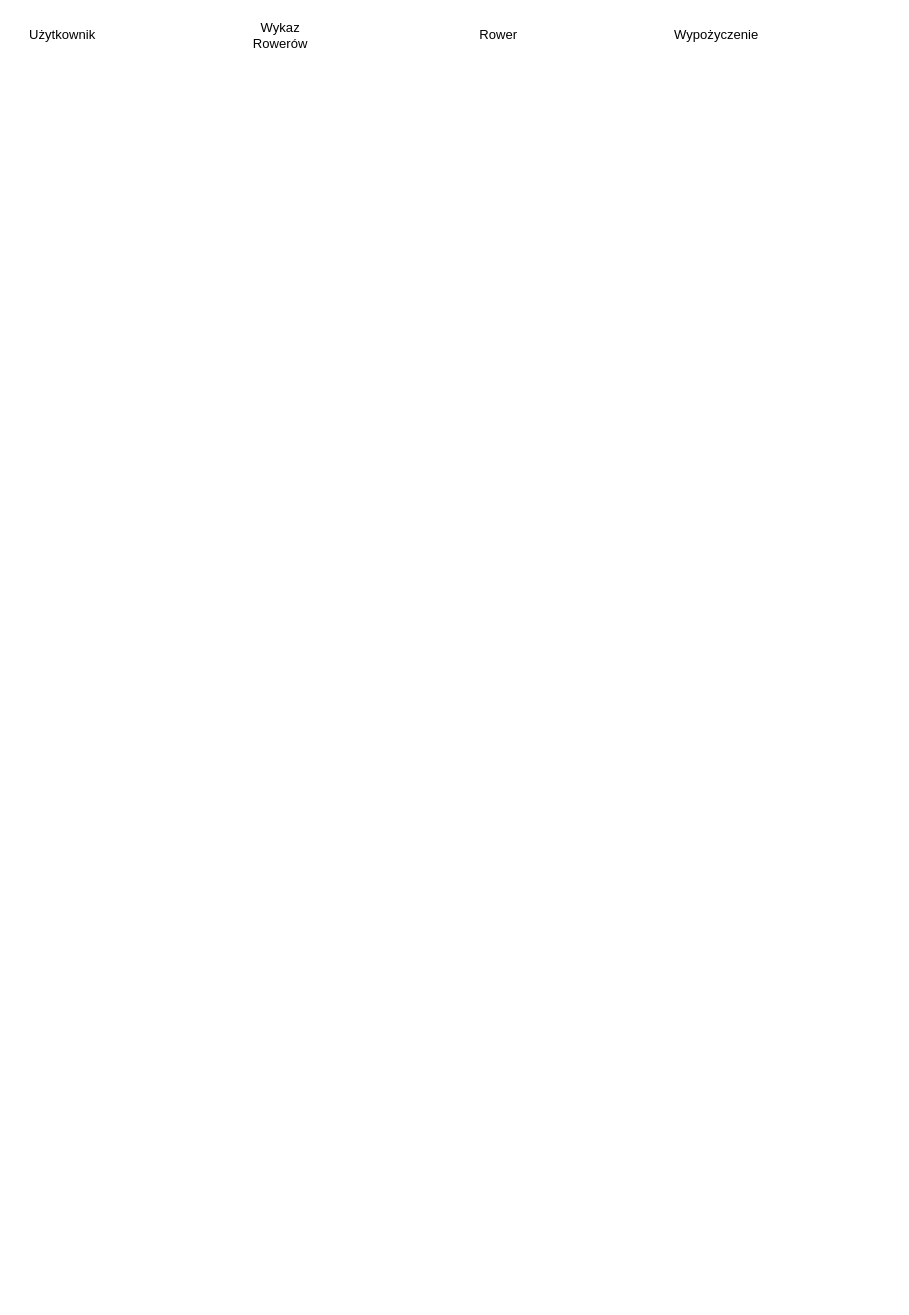
Above: DiagramPrzebiegu.drawio in KarolinaPiechowicz05/2024-12-31 (draw.io), before the change. Source tidied: cells renumbered, new cells numbered last; positions are measured from the earlier drawing's top-left corner, leaving out a move shared by most shapes. Both pictures are drawn from the tidied source at 109%, with x=0, y=0 at pixel (19, 19).
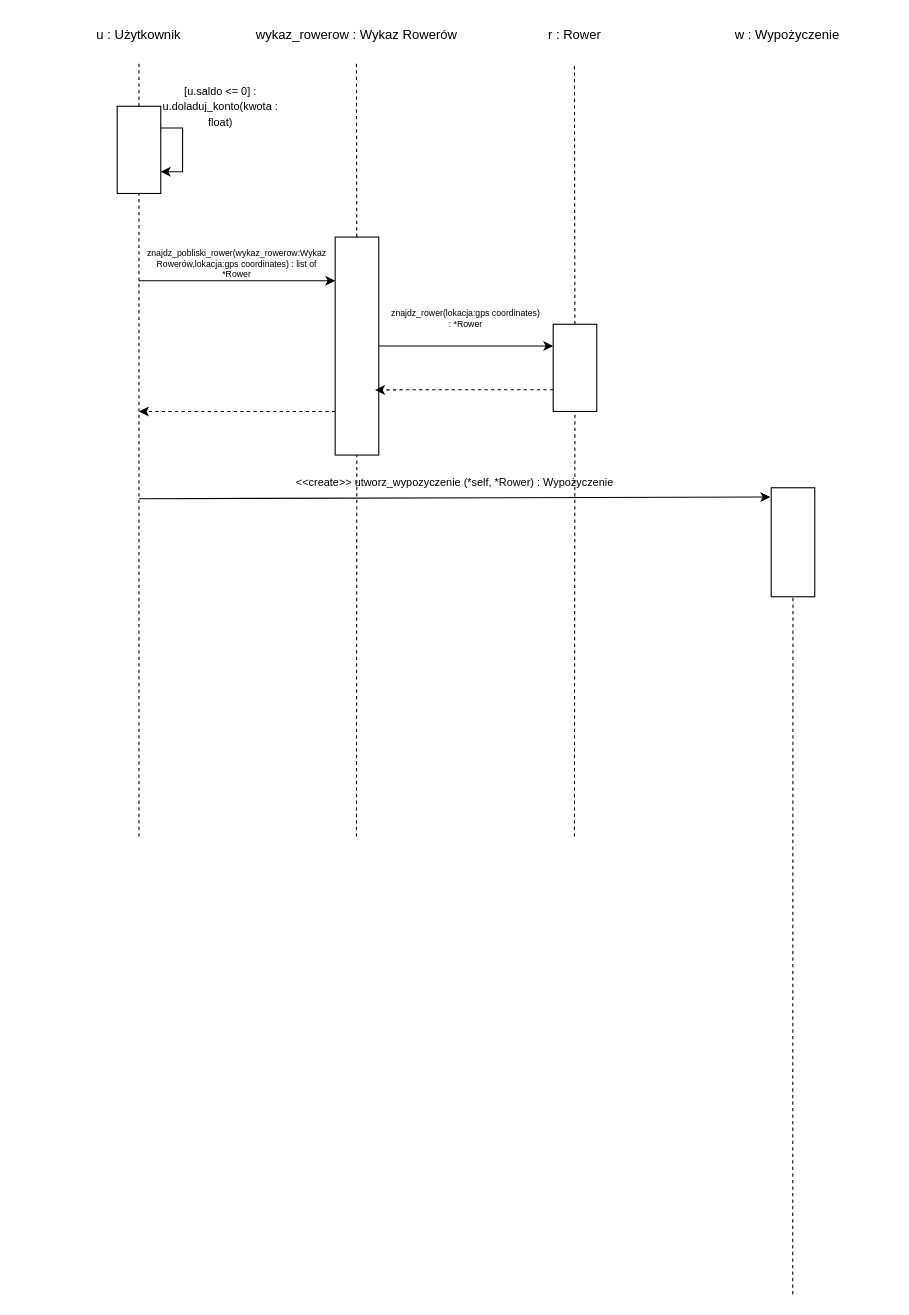
The same page after the edit.

Diff of the diagram source:
```diff
@@
-    <mxCell id="2" value="Użytkownik" style="text;html=1;align=center;verticalAlign=middle;whiteSpace=wrap;rounded=0;" parent="1" vertex="1">
-      <mxGeometry width="80" height="30" as="geometry" />
+    <mxCell id="2" value="u : Użytkownik" style="text;html=1;align=center;verticalAlign=middle;whiteSpace=wrap;rounded=0;" parent="1" vertex="1">
+      <mxGeometry x="10" width="200" height="30" as="geometry" />
     </mxCell>
-    <mxCell id="3" value="Wykaz Rowerów" style="text;html=1;align=center;verticalAlign=middle;whiteSpace=wrap;rounded=0;" parent="1" vertex="1">
-      <mxGeometry x="210" width="60" height="30" as="geometry" />
+    <mxCell id="3" value="wykaz_rowerow : Wykaz Rowerów" style="text;html=1;align=center;verticalAlign=middle;whiteSpace=wrap;rounded=0;" parent="1" vertex="1">
+      <mxGeometry x="210" width="200" height="30" as="geometry" />
     </mxCell>
-    <mxCell id="4" value="Rower" style="text;html=1;align=center;verticalAlign=middle;whiteSpace=wrap;rounded=0;" parent="1" vertex="1">
-      <mxGeometry x="410" width="60" height="30" as="geometry" />
+    <mxCell id="4" value="r : Rower" style="text;html=1;align=center;verticalAlign=middle;whiteSpace=wrap;rounded=0;" parent="1" vertex="1">
+      <mxGeometry x="410" width="200" height="30" as="geometry" />
     </mxCell>
-    <mxCell id="5" value="Wypożyczenie" style="text;html=1;align=center;verticalAlign=middle;whiteSpace=wrap;rounded=0;" parent="1" vertex="1">
-      <mxGeometry x="610" width="60" height="30" as="geometry" />
+    <mxCell id="5" value="w : Wypożyczenie" style="text;html=1;align=center;verticalAlign=middle;whiteSpace=wrap;rounded=0;" parent="1" vertex="1">
+      <mxGeometry x="610" width="190" height="30" as="geometry" />
     </mxCell>
+    <mxCell id="6" style="endArrow=none;dashed=1;html=1;rounded=0;" parent="1" edge="1" source="11">
+      <mxGeometry relative="1" as="geometry">
+        <mxPoint x="110" y="40" as="targetPoint" />
+      </mxGeometry>
+    </mxCell>
+    <mxCell id="7" style="endArrow=none;dashed=1;html=1;rounded=0;" parent="1" edge="1" source="16">
+      <mxGeometry relative="1" as="geometry">
+        <mxPoint x="309.5" y="40" as="targetPoint" />
+      </mxGeometry>
+    </mxCell>
+    <mxCell id="8" style="endArrow=none;dashed=1;html=1;rounded=0;" parent="1" edge="1" source="21">
+      <mxGeometry relative="1" as="geometry">
+        <mxPoint x="509.5" y="40" as="targetPoint" />
+      </mxGeometry>
+    </mxCell>
+    <mxCell id="9" style="endArrow=none;dashed=1;html=1;rounded=0;" parent="1" edge="1" source="27">
+      <mxGeometry relative="1" as="geometry">
+        <mxPoint x="709.8" y="460" as="targetPoint" />
+      </mxGeometry>
+    </mxCell>
+    <mxCell id="10" style="endArrow=none;dashed=1;html=1;rounded=0;" parent="1" edge="1" target="11">
+      <mxGeometry relative="1" as="geometry">
+        <mxPoint x="110" y="750" as="sourcePoint" />
+      </mxGeometry>
+    </mxCell>
+    <mxCell id="11" style="rounded=0;whiteSpace=wrap;html=1;" parent="1" vertex="1">
+      <mxGeometry x="90" y="80" width="40" height="80" as="geometry" />
+    </mxCell>
+    <mxCell id="12" style="edgeStyle=orthogonalEdgeStyle;rounded=0;orthogonalLoop=1;jettySize=auto;html=1;exitX=1;exitY=0.25;exitDx=0;exitDy=0;entryX=1;entryY=0.75;entryDx=0;entryDy=0;" parent="1" edge="1" source="11" target="11">
+      <mxGeometry relative="1" as="geometry" />
+    </mxCell>
+    <mxCell id="13" value="&lt;font style=&quot;font-size: 10px;&quot;&gt;[u.saldo &amp;lt;= 0] : u.doladuj_konto(kwota : float) &lt;/font&gt;" style="text;html=1;align=center;verticalAlign=middle;whiteSpace=wrap;rounded=0;" parent="1" vertex="1">
+      <mxGeometry x="130" y="60" width="110" height="40" as="geometry" />
+    </mxCell>
+    <mxCell id="14" style="endArrow=none;dashed=1;html=1;rounded=0;" parent="1" edge="1" target="16">
+      <mxGeometry relative="1" as="geometry">
+        <mxPoint x="309.5" y="750" as="sourcePoint" />
+      </mxGeometry>
+    </mxCell>
+    <mxCell id="15" style="edgeStyle=orthogonalEdgeStyle;rounded=0;jettySize=auto;html=1;entryX=0;entryY=0.25;entryDx=0;entryDy=0;" parent="1" edge="1" source="16" target="21">
+      <mxGeometry relative="1" as="geometry" />
+    </mxCell>
+    <mxCell id="16" style="rounded=0;whiteSpace=wrap;html=1;" parent="1" vertex="1">
+      <mxGeometry x="290" y="200" width="40" height="200" as="geometry" />
+    </mxCell>
+    <mxCell id="17" style="endArrow=classic;html=1;rounded=0;" parent="1" edge="1">
+      <mxGeometry relative="1" as="geometry">
+        <mxPoint x="110" y="240" as="sourcePoint" />
+        <mxPoint x="290" y="240" as="targetPoint" />
+      </mxGeometry>
+    </mxCell>
+    <mxCell id="18" style="endArrow=classic;html=1;rounded=0;exitX=0;exitY=0.75;exitDx=0;exitDy=0;dashed=1;" parent="1" edge="1">
+      <mxGeometry relative="1" as="geometry">
+        <mxPoint x="290" y="360" as="sourcePoint" />
+        <mxPoint x="110" y="360" as="targetPoint" />
+      </mxGeometry>
+    </mxCell>
+    <mxCell id="19" value="&lt;font&gt;znajdz_pobliski_rower(wykaz_rowerow:Wykaz Rowerów,lokacja:gps coordinates) : list of *Rower&lt;br&gt;&lt;/font&gt;" style="text;html=1;align=center;verticalAlign=middle;whiteSpace=wrap;rounded=0;fontSize=8;" parent="1" vertex="1">
+      <mxGeometry x="120" y="210" width="160" height="30" as="geometry" />
+    </mxCell>
+    <mxCell id="20" style="endArrow=none;dashed=1;html=1;rounded=0;" parent="1" edge="1" target="21">
+      <mxGeometry relative="1" as="geometry">
+        <mxPoint x="509.5" y="750" as="sourcePoint" />
+      </mxGeometry>
+    </mxCell>
+    <mxCell id="21" style="rounded=0;whiteSpace=wrap;html=1;" parent="1" vertex="1">
+      <mxGeometry x="490" y="280" width="40" height="80" as="geometry" />
+    </mxCell>
+    <mxCell id="22" style="edgeStyle=orthogonalEdgeStyle;rounded=0;jettySize=auto;html=1;exitX=0;exitY=0.75;exitDx=0;exitDy=0;entryX=0.917;entryY=0.701;entryDx=0;entryDy=0;entryPerimeter=0;dashed=1;" parent="1" edge="1" source="21" target="16">
+      <mxGeometry relative="1" as="geometry" />
+    </mxCell>
+    <mxCell id="23" value="&lt;font&gt;znajdz_rower(lokacja:gps coordinates) : *Rower&lt;br&gt;&lt;/font&gt;" style="text;html=1;align=center;verticalAlign=middle;whiteSpace=wrap;rounded=0;fontSize=8;" parent="1" vertex="1">
+      <mxGeometry x="340" y="260" width="140" height="30" as="geometry" />
+    </mxCell>
+    <mxCell id="24" style="endArrow=classic;html=1;rounded=0;entryX=-0.021;entryY=0.085;entryDx=0;entryDy=0;entryPerimeter=0;" parent="1" edge="1" target="27">
+      <mxGeometry relative="1" as="geometry">
+        <mxPoint x="110" y="440" as="sourcePoint" />
+      </mxGeometry>
+    </mxCell>
+    <mxCell id="25" value="&amp;lt;&amp;lt;create&amp;gt;&amp;gt; utworz_wypozyczenie (*self, *Rower) : Wypożyczenie" style="text;html=1;align=center;verticalAlign=middle;whiteSpace=wrap;rounded=0;fontSize=10;" parent="1" vertex="1">
+      <mxGeometry x="120" y="410" width="560" height="30" as="geometry" />
+    </mxCell>
+    <mxCell id="26" style="endArrow=none;dashed=1;html=1;rounded=0;" parent="1" edge="1" target="27">
+      <mxGeometry relative="1" as="geometry">
+        <mxPoint x="709.8" y="1170" as="sourcePoint" />
+      </mxGeometry>
+    </mxCell>
+    <mxCell id="27" style="rounded=0;whiteSpace=wrap;html=1;" parent="1" vertex="1">
+      <mxGeometry x="690" y="430" width="40" height="100" as="geometry" />
+    </mxCell>
```
